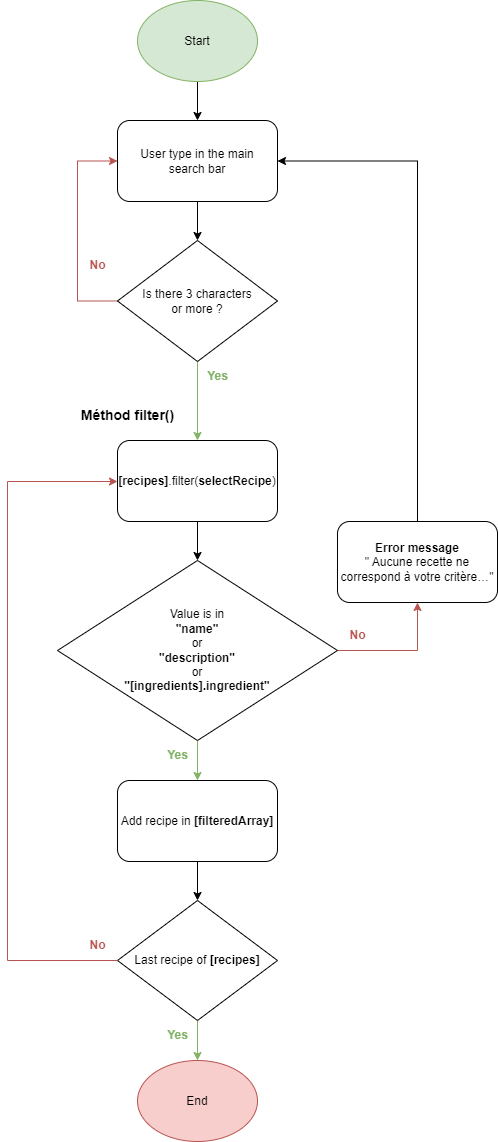
This is Algorigramme filter method.png from LoicFmi/LoicFayemi_7_28102022, a draw.io export, as it was before one commit. Source tidied: cells renumbered, new cells last; positions are measured from the earlier drawing's top-left corner, leaving out a move shared by most shapes.
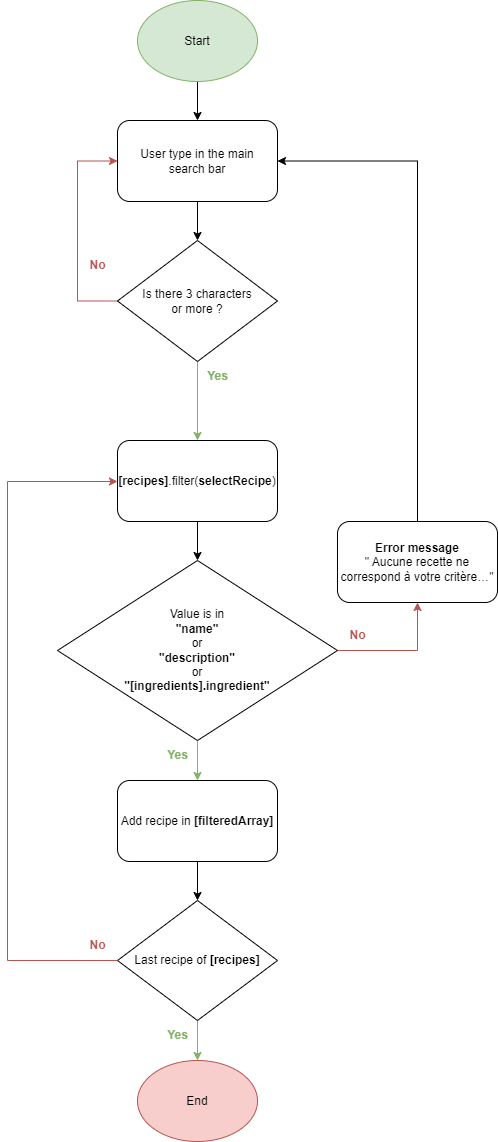
The same file after the commit.

What changed in the source:
```diff
@@ -34,9 +34,6 @@
     <mxCell id="10" value="&lt;font style=&quot;font-size: 12px;&quot;&gt;Start&lt;/font&gt;" style="ellipse;whiteSpace=wrap;html=1;rounded=0;fillColor=#d5e8d4;strokeColor=#82b366;" parent="1" vertex="1">
       <mxGeometry x="130" width="120" height="81" as="geometry" />
     </mxCell>
-    <mxCell id="11" value="&lt;b&gt;&lt;font style=&quot;font-size: 14px;&quot;&gt;Méthod filter()&lt;/font&gt;&lt;/b&gt;" style="text;html=1;align=center;verticalAlign=middle;strokeColor=none;fillColor=none;" parent="1" vertex="1">
-      <mxGeometry x="60" y="400" width="120" height="30" as="geometry" />
-    </mxCell>
     <mxCell id="12" style="edgeStyle=orthogonalEdgeStyle;rounded=0;jettySize=auto;html=1;entryX=0.5;entryY=0;entryDx=0;entryDy=0;fillColor=#d5e8d4;strokeColor=#82b366;" parent="1" edge="1" source="14" target="16">
       <mxGeometry relative="1" as="geometry" />
     </mxCell>
```
